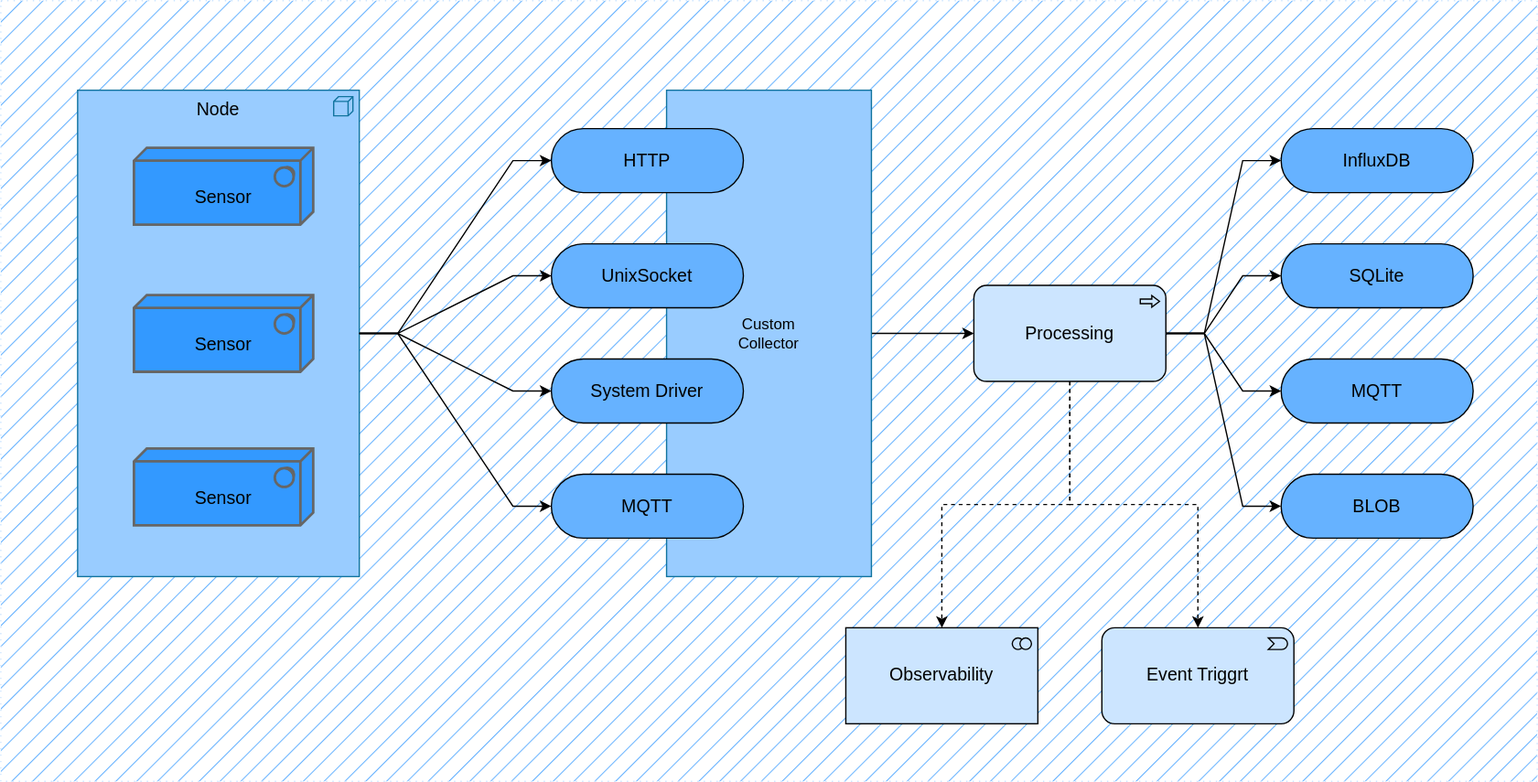
Before: docs/static/img/project_struct.drawio.svg, a diagram exported from draw.io (KiraraLab/SnowbankCP). Source tidied: cells renumbered, new cells last; positions are measured from the earlier drawing's top-left corner, leaving out a move shared by most shapes.
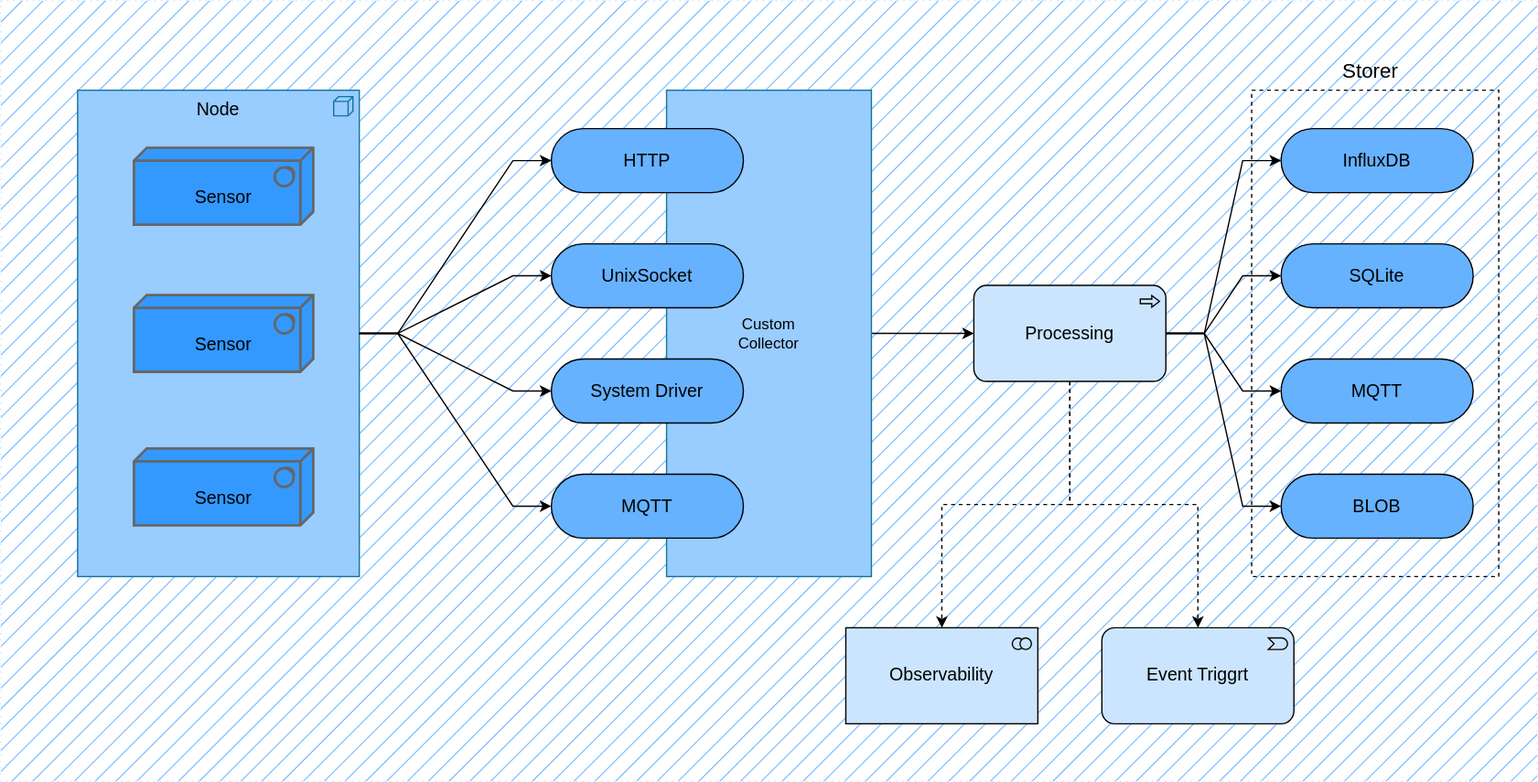
The same file after the commit.

What changed in the source:
```diff
@@ -5,6 +5,9 @@
     <mxCell id="2" style="rounded=0;whiteSpace=wrap;html=1;fillColor=#66B2FF;dashed=1;dashPattern=1 4;strokeColor=#CCE5FF;fillStyle=hatch;" parent="1" vertex="1">
       <mxGeometry width="1200" height="610" as="geometry" />
     </mxCell>
+    <mxCell id="30" style="rounded=0;whiteSpace=wrap;html=1;dashed=1;fillColor=none;" parent="1" vertex="1">
+      <mxGeometry x="977" y="70" width="193" height="380" as="geometry" />
+    </mxCell>
     <mxCell id="3" style="edgeStyle=entityRelationEdgeStyle;rounded=0;jettySize=auto;html=1;" parent="1" edge="1" source="4" target="28">
       <mxGeometry relative="1" as="geometry" />
     </mxCell>
@@ -86,5 +89,8 @@
     <mxCell id="29" value="MQTT" style="html=1;whiteSpace=wrap;fillColor=#66B2FF;shape=mxgraph.archimate3.service;fontSize=14;" parent="1" vertex="1">
       <mxGeometry x="430" y="370" width="150" height="50" as="geometry" />
     </mxCell>
+    <mxCell id="31" value="Storer" style="text;html=1;align=center;verticalAlign=middle;whiteSpace=wrap;rounded=0;fontSize=16;" parent="1" vertex="1">
+      <mxGeometry x="1040" y="40" width="60" height="30" as="geometry" />
+    </mxCell>
   </root>
 </mxGraphModel>
```
